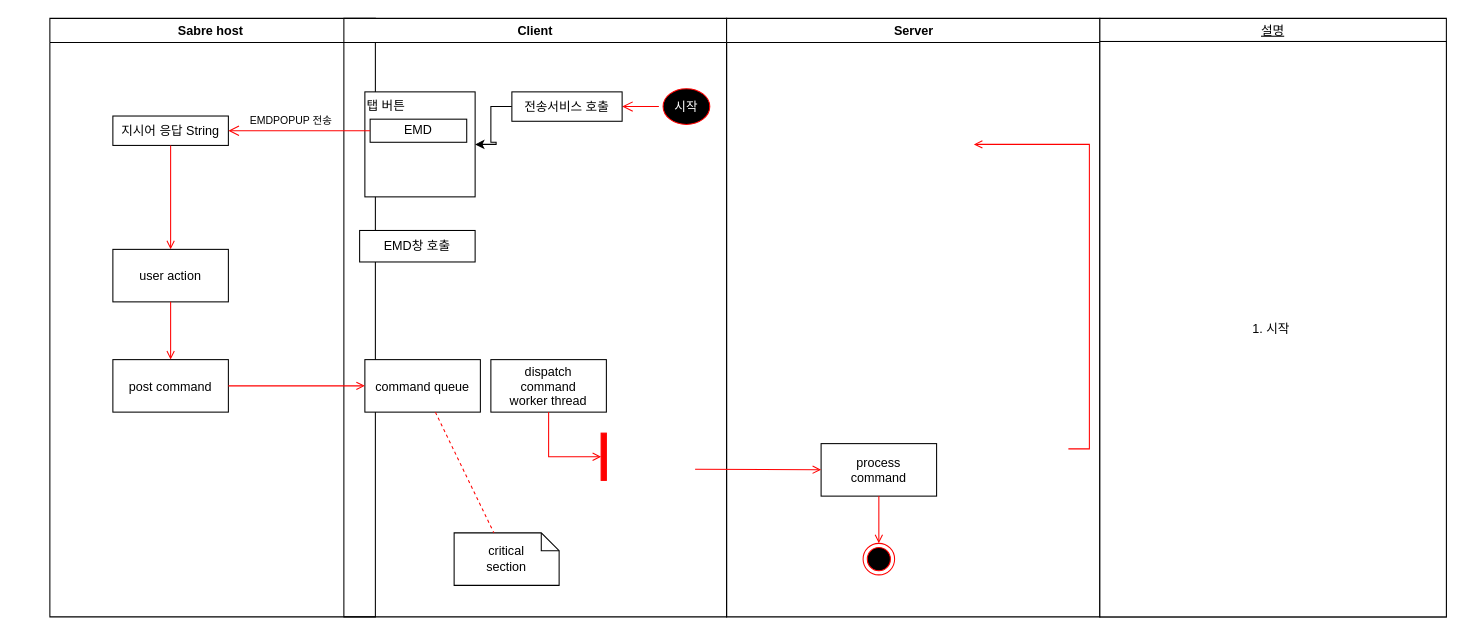
Earlier version of the draw.io diagram 제목 없는 다이어그램.drawio (ShimDaeSung1/EMDS2). Source tidied: cells renumbered, new cells numbered last; positions are measured from the earlier drawing's top-left corner, leaving out a move shared by most shapes. Both pictures are drawn from the tidied source at 105%, with x=0, y=0 at pixel (49, 18).
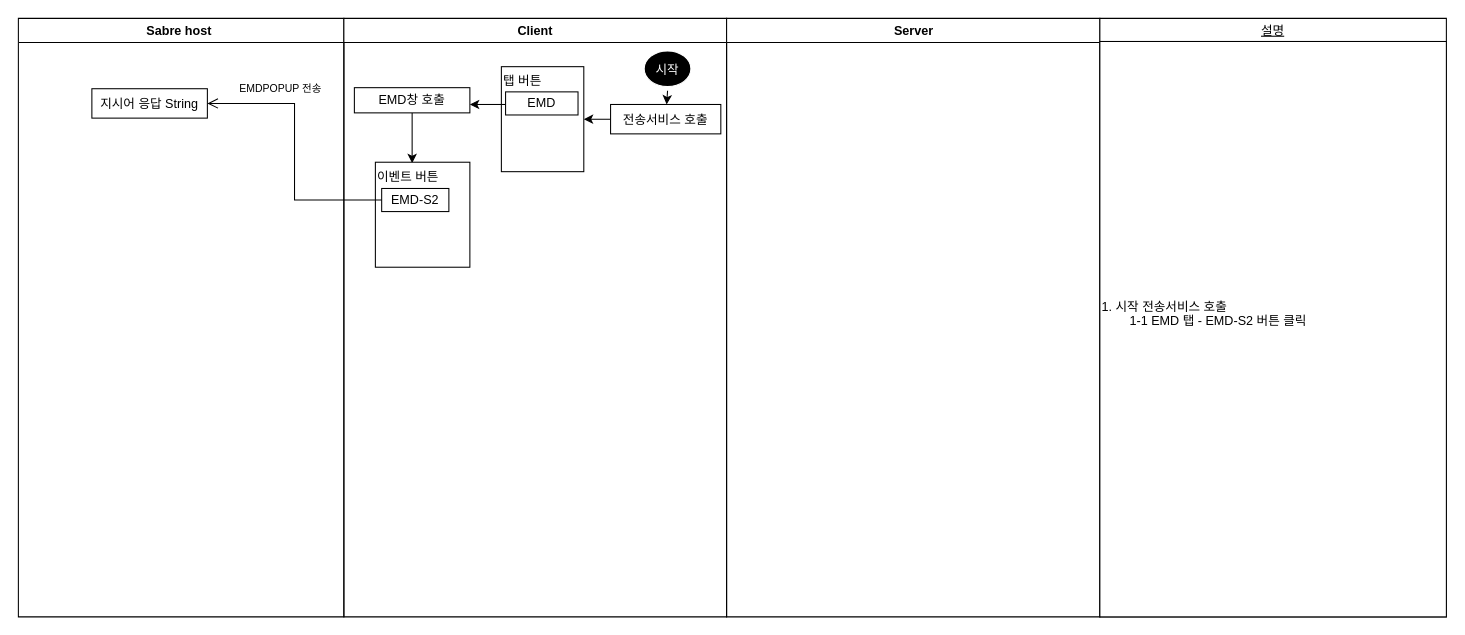
After the change.

Commit message:
제목 없는 다이어그램.drawio 업데이트

The change refers to these unchanged cells:
```xml
<mxCell id="9" value="Client" style="swimlane;whiteSpace=wrap;" parent="1" vertex="1">
  <mxGeometry x="280" width="364.5" height="570" as="geometry" />
</mxCell>
<mxCell id="23" value="Server" style="swimlane;whiteSpace=wrap;" parent="1" vertex="1">
  <mxGeometry x="644.5" width="355.5" height="570" as="geometry" />
</mxCell>
<mxCell id="29" value="설명" style="swimlane;whiteSpace=wrap;fontStyle=4;" parent="1" vertex="1">
  <mxGeometry x="1000" width="330" height="570" as="geometry" />
</mxCell>
```

Change to the diagram source:
```diff
@@
     <mxCell id="2" value="Sabre host " style="swimlane;whiteSpace=wrap;" parent="1" vertex="1">
-      <mxGeometry width="310" height="570" as="geometry" />
+      <mxGeometry x="-30" width="310" height="570" as="geometry" />
     </mxCell>
     <mxCell id="3" value="지시어 응답 String" parent="2" vertex="1">
-      <mxGeometry x="60" y="93" width="110" height="28" as="geometry" />
+      <mxGeometry x="70" y="67" width="110" height="28" as="geometry" />
     </mxCell>
-    <mxCell id="4" value="user action" parent="2" vertex="1">
-      <mxGeometry x="60" y="220" width="110" height="50" as="geometry" />
-    </mxCell>
-    <mxCell id="5" style="endArrow=open;strokeColor=#FF0000;endFill=1;rounded=0;" parent="2" edge="1" source="3" target="4">
-      <mxGeometry relative="1" as="geometry" />
-    </mxCell>
-    <mxCell id="6" value="post command" parent="2" vertex="1">
-      <mxGeometry x="60" y="325" width="110" height="50" as="geometry" />
-    </mxCell>
-    <mxCell id="7" style="endArrow=open;strokeColor=#FF0000;endFill=1;rounded=0;" parent="2" edge="1" source="4" target="6">
-      <mxGeometry relative="1" as="geometry" />
-    </mxCell>
     <mxCell id="8" value="EMDPOPUP 전송" style="text;html=1;strokeColor=none;fillColor=none;align=center;verticalAlign=middle;whiteSpace=wrap;rounded=0;fontSize=10;" parent="2" vertex="1">
-      <mxGeometry x="180" y="82" width="100" height="30" as="geometry" />
+      <mxGeometry x="200" y="52" width="100" height="30" as="geometry" />
     </mxCell>
@@
-    <mxCell id="10" value="시작" style="ellipse;shape=startState;fillColor=#000000;strokeColor=#ff0000;fontColor=#FFFFFF;" parent="9" vertex="1">
-      <mxGeometry x="300" y="63" width="52.5" height="42" as="geometry" />
+    <mxCell id="10" value="시작" style="ellipse;shape=startState;fillColor=#000000;strokeColor=#FFFFFF;fontColor=#FFFFFF;" parent="9" vertex="1">
+      <mxGeometry x="282" y="27" width="52.5" height="42" as="geometry" />
     </mxCell>
-    <mxCell id="11" style="edgeStyle=elbowEdgeStyle;elbow=horizontal;verticalAlign=bottom;endArrow=open;endSize=8;strokeColor=#FF0000;endFill=1;rounded=0;" parent="9" edge="1" source="10" target="13">
-      <mxGeometry x="40" y="20" as="geometry" />
-    </mxCell>
@@
     <mxCell id="13" value="전송서비스 호출" parent="9" vertex="1">
-      <mxGeometry x="160" y="70" width="105" height="28" as="geometry" />
+      <mxGeometry x="254" y="82" width="105" height="28" as="geometry" />
     </mxCell>
-    <mxCell id="14" value="command queue" parent="9" vertex="1">
-      <mxGeometry x="20" y="325" width="110" height="50" as="geometry" />
-    </mxCell>
-    <mxCell id="15" value="dispatch&#10;command&#10;worker thread" parent="9" vertex="1">
-      <mxGeometry x="140" y="325" width="110" height="50" as="geometry" />
-    </mxCell>
-    <mxCell id="16" value="critical&#10;section" style="shape=note;whiteSpace=wrap;size=17;" parent="9" vertex="1">
-      <mxGeometry x="105" y="490" width="100" height="50" as="geometry" />
-    </mxCell>
-    <mxCell id="17" style="endArrow=none;strokeColor=#FF0000;endFill=0;rounded=0;dashed=1;" parent="9" edge="1" source="14" target="16">
-      <mxGeometry relative="1" as="geometry" />
-    </mxCell>
-    <mxCell id="18" style="whiteSpace=wrap;strokeColor=#FF0000;fillColor=#FF0000;" parent="9" vertex="1">
-      <mxGeometry x="245" y="395" width="5" height="45" as="geometry" />
-    </mxCell>
-    <mxCell id="19" style="edgeStyle=elbowEdgeStyle;elbow=horizontal;entryX=0;entryY=0.5;strokeColor=#FF0000;endArrow=open;endFill=1;rounded=0;" parent="9" edge="1" source="15" target="18">
-      <mxGeometry relative="1" as="geometry">
-        <Array as="points">
-          <mxPoint x="195" y="400" />
-        </Array>
-      </mxGeometry>
-    </mxCell>
+    <mxCell id="33" style="edgeStyle=orthogonalEdgeStyle;rounded=0;jettySize=auto;html=1;entryX=0.389;entryY=0.01;entryDx=0;entryDy=0;entryPerimeter=0;" parent="9" edge="1" source="20" target="35">
+      <mxGeometry relative="1" as="geometry" />
+    </mxCell>
     <mxCell id="20" value="EMD창 호출" style="whiteSpace=wrap;html=1;" parent="9" vertex="1">
-      <mxGeometry x="15" y="202" width="110" height="30" as="geometry" />
+      <mxGeometry x="10" y="66" width="110" height="24" as="geometry" />
     </mxCell>
     <mxCell id="21" value="탭 버튼&#10;" style="align=left;verticalAlign=top;" parent="9" vertex="1">
-      <mxGeometry x="20" y="70" width="105" height="100" as="geometry" />
+      <mxGeometry x="150" y="46" width="78.5" height="100" as="geometry" />
     </mxCell>
+    <mxCell id="34" style="edgeStyle=orthogonalEdgeStyle;rounded=0;jettySize=auto;html=1;" parent="9" edge="1" source="22" target="20">
+      <mxGeometry relative="1" as="geometry">
+        <Array as="points">
+          <mxPoint x="140" y="82" />
+          <mxPoint x="140" y="82" />
+        </Array>
+      </mxGeometry>
+    </mxCell>
     <mxCell id="22" value="EMD" style="rounded=0;whiteSpace=wrap;html=1;" parent="9" vertex="1">
-      <mxGeometry x="25" y="96" width="92" height="22" as="geometry" />
+      <mxGeometry x="154" y="70" width="69" height="22" as="geometry" />
     </mxCell>
+    <mxCell id="35" value="이벤트 버튼&#10;" style="align=left;verticalAlign=top;" parent="9" vertex="1">
+      <mxGeometry x="30" y="137" width="90" height="100" as="geometry" />
+    </mxCell>
+    <mxCell id="36" value="EMD-S2" style="rounded=0;whiteSpace=wrap;html=1;" parent="9" vertex="1">
+      <mxGeometry x="36" y="162" width="64" height="22" as="geometry" />
+    </mxCell>
+    <mxCell id="11" style="endArrow=classic;html=1;rounded=0;exitX=0.5;exitY=1;exitDx=0;exitDy=0;" parent="9" edge="1" source="10" target="13">
+      <mxGeometry relative="1" as="geometry" />
+    </mxCell>
@@
-    <mxCell id="24" value="process&#10;command" parent="23" vertex="1">
-      <mxGeometry x="90" y="405" width="110" height="50" as="geometry" />
-    </mxCell>
-    <mxCell id="25" style="edgeStyle=none;strokeColor=#FF0000;endArrow=open;endFill=1;rounded=0;" parent="23" edge="1" target="24">
-      <mxGeometry relative="1" as="geometry">
-        <mxPoint x="-30" y="429.5" as="sourcePoint" />
-      </mxGeometry>
-    </mxCell>
-    <mxCell id="26" style="ellipse;shape=endState;fillColor=#000000;strokeColor=#ff0000;" parent="23" vertex="1">
-      <mxGeometry x="130" y="500" width="30" height="30" as="geometry" />
-    </mxCell>
-    <mxCell id="27" style="endArrow=open;strokeColor=#FF0000;endFill=1;rounded=0;" parent="23" edge="1" source="24" target="26">
-      <mxGeometry relative="1" as="geometry" />
-    </mxCell>
-    <mxCell id="28" style="endArrow=open;strokeColor=#FF0000;endFill=1;rounded=0;" parent="1" edge="1" source="6" target="14">
-      <mxGeometry relative="1" as="geometry" />
-    </mxCell>
@@
-    <mxCell id="30" style="edgeStyle=elbowEdgeStyle;elbow=horizontal;strokeColor=#FF0000;endArrow=open;endFill=1;rounded=0;entryX=0.25;entryY=0.5;entryPerimeter=0;" parent="29" edge="1">
-      <mxGeometry relative="1" as="geometry">
-        <mxPoint x="-30" y="410" as="sourcePoint" />
-        <mxPoint x="-120" y="120" as="targetPoint" />
-        <Array as="points">
-          <mxPoint x="-10" y="135" />
-        </Array>
-      </mxGeometry>
-    </mxCell>
-    <mxCell id="31" value="1. 시작&amp;nbsp;" style="whiteSpace=wrap;html=1;" parent="29" vertex="1">
+    <mxCell id="31" value="1. 시작 전송서비스 호출&lt;br&gt;&lt;span style=&quot;white-space: pre;&quot;&gt;&#9;&lt;/span&gt;1-1 EMD 탭 - EMD-S2 버튼 클릭&lt;br&gt;&lt;span style=&quot;white-space: pre;&quot;&gt;&#9;&lt;/span&gt;&lt;br&gt;&lt;span style=&quot;white-space: pre;&quot;&gt;&#9;&lt;/span&gt;&lt;span style=&quot;white-space: pre;&quot;&gt;&#9;&lt;/span&gt;&amp;nbsp;" style="whiteSpace=wrap;html=1;align=left;" parent="29" vertex="1">
       <mxGeometry y="22" width="330" height="548" as="geometry" />
     </mxCell>
-    <mxCell id="32" style="edgeStyle=elbowEdgeStyle;elbow=horizontal;verticalAlign=bottom;endArrow=open;endSize=8;strokeColor=#FF0000;endFill=1;rounded=0;exitX=0;exitY=0.5;exitDx=0;exitDy=0;entryX=1;entryY=0.5;entryDx=0;entryDy=0;" parent="1" edge="1" source="22" target="3">
+    <mxCell id="32" style="edgeStyle=elbowEdgeStyle;elbow=horizontal;verticalAlign=bottom;endArrow=open;endSize=8;strokeColor=#000000;endFill=1;rounded=0;exitX=0;exitY=0.5;exitDx=0;exitDy=0;entryX=1;entryY=0.5;entryDx=0;entryDy=0;" parent="1" edge="1" source="36" target="3">
       <mxGeometry x="40" y="20" as="geometry" />
     </mxCell>
```
